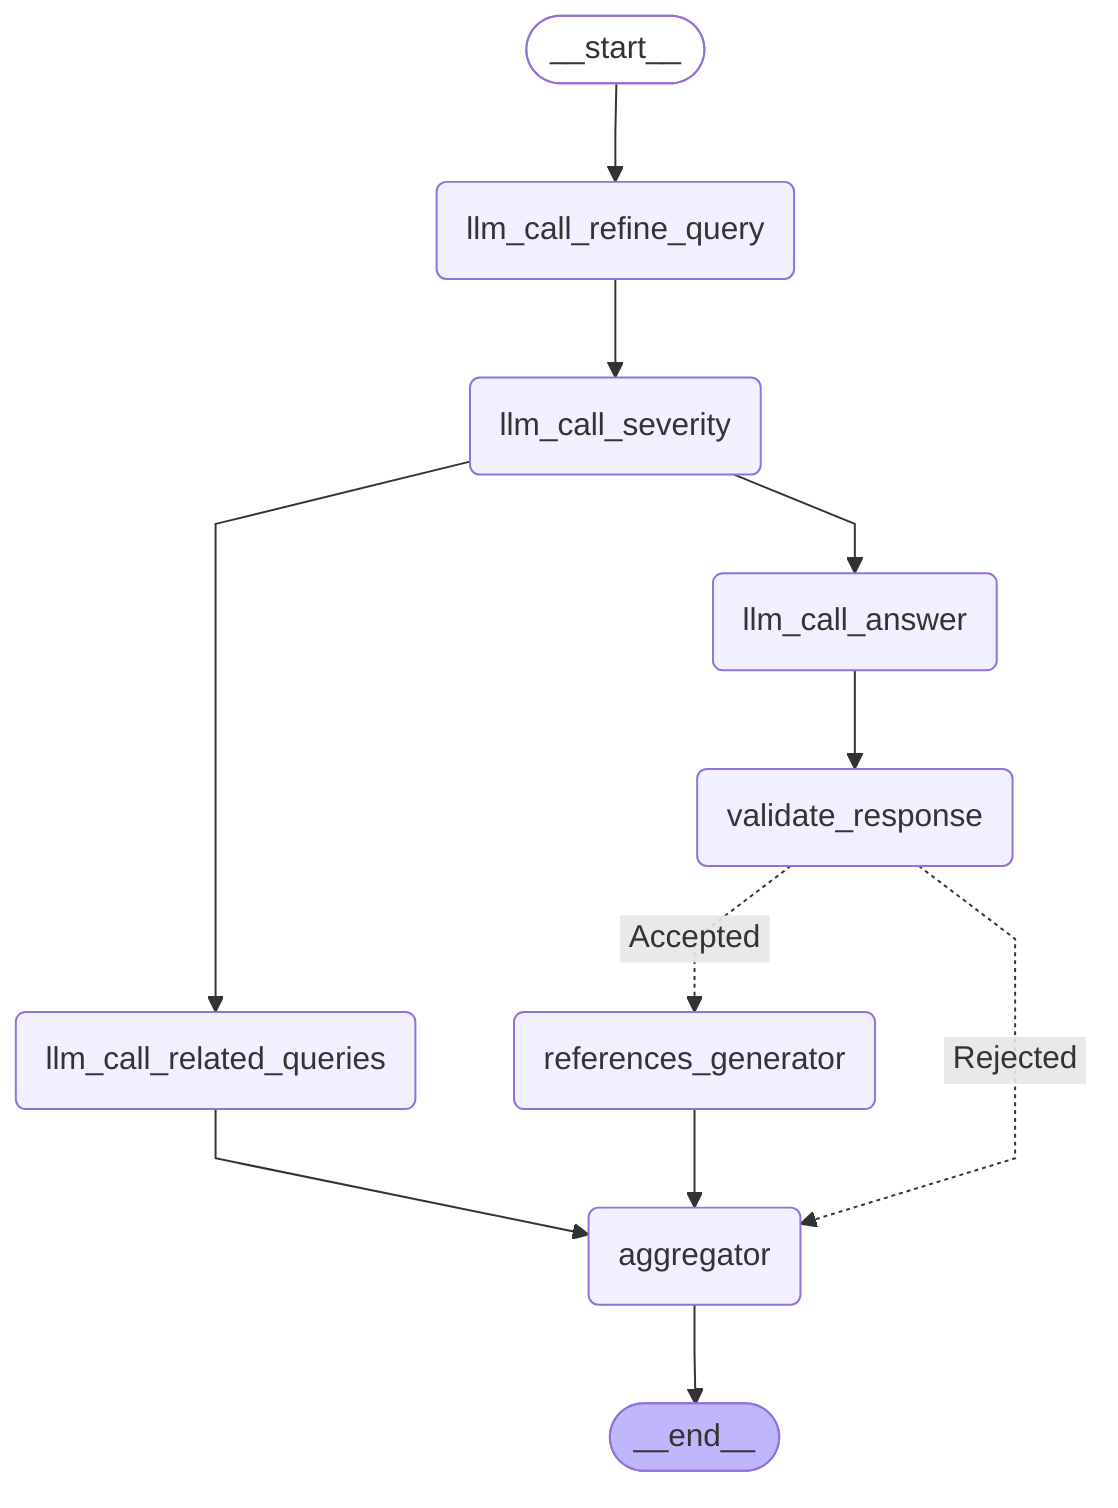
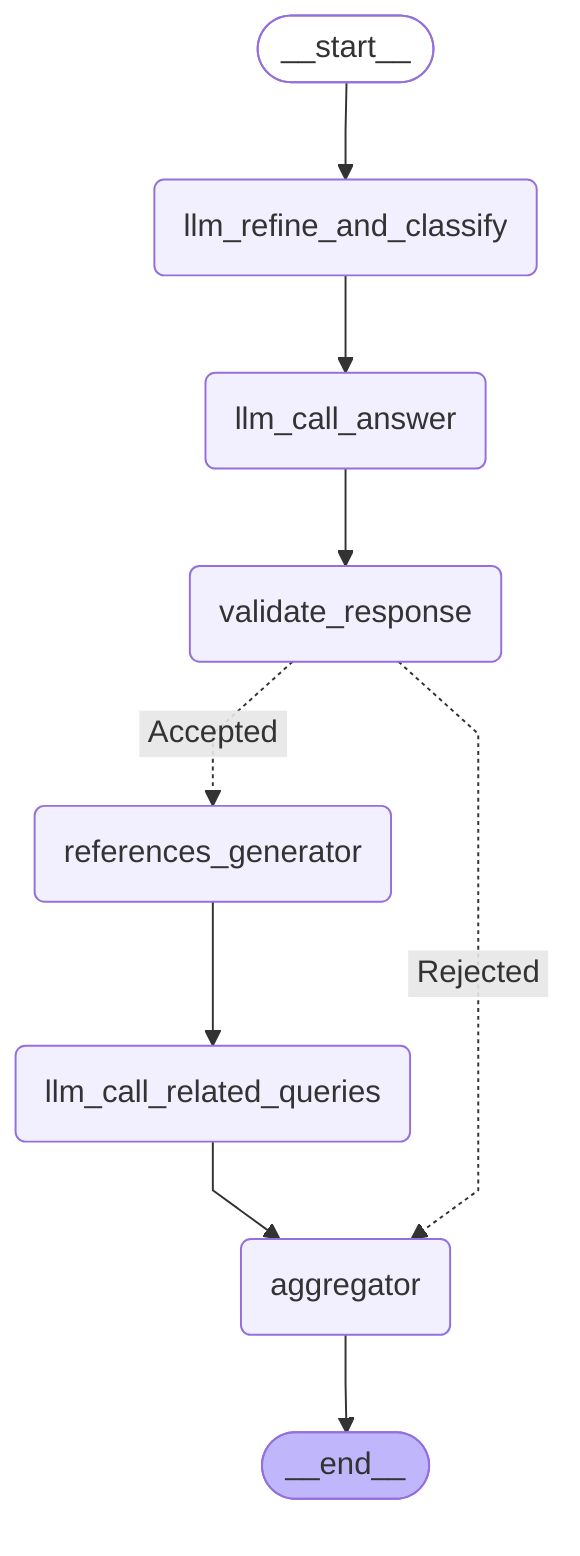
---
config:
  flowchart:
    curve: linear
---
graph TD;
	__start__([<p>__start__</p>]):::first
	llm_call_answer(llm_call_answer)
- 	llm_call_refine_query(llm_call_refine_query)
- 	llm_call_severity(llm_call_severity)
	validate_response(validate_response)
- 	llm_call_related_queries(llm_call_related_queries)
+ 	llm_refine_and_classify(llm_refine_and_classify)
	aggregator(aggregator)
	references_generator(references_generator)
+ 	llm_call_related_queries(llm_call_related_queries)
	__end__([<p>__end__</p>]):::last
- 	__start__ --> llm_call_refine_query;
+ 	__start__ --> llm_refine_and_classify;
	llm_call_answer --> validate_response;
- 	llm_call_refine_query --> llm_call_severity;
	llm_call_related_queries --> aggregator;
- 	llm_call_severity --> llm_call_answer;
- 	llm_call_severity --> llm_call_related_queries;
- 	references_generator --> aggregator;
+ 	llm_refine_and_classify --> llm_call_answer;
+ 	references_generator --> llm_call_related_queries;
	validate_response -. &nbsp;Rejected&nbsp; .-> aggregator;
	validate_response -. &nbsp;Accepted&nbsp; .-> references_generator;
	aggregator --> __end__;
	classDef default fill:#f2f0ff,line-height:1.2
	classDef first fill-opacity:0
	classDef last fill:#bfb6fc
